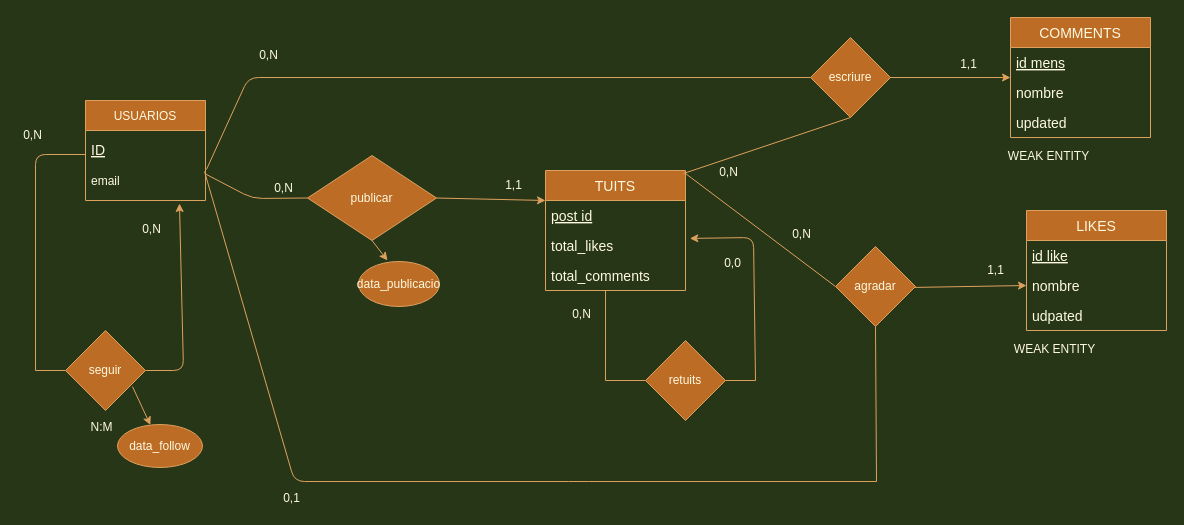
Above: Ejercicio16.drawio in MarcPadrell/Team-4-ta12 (draw.io), before the change. Source tidied: cells renumbered, new cells numbered last; positions are measured from the earlier drawing's top-left corner, leaving out a move shared by most shapes. Both pictures are drawn from the tidied source at 100%, with x=0, y=0 at pixel (17, 17).
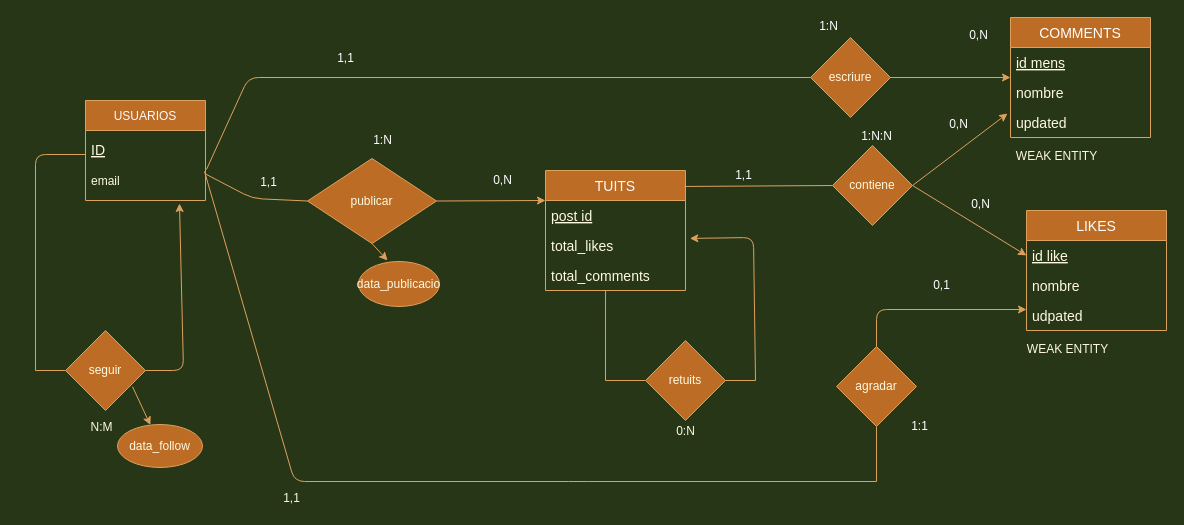
Above is the later version.

Unchanged cells that the change refers to:
```xml
<mxCell id="23" value="updated" style="text;strokeColor=none;fillColor=none;align=left;verticalAlign=middle;spacingLeft=4;spacingRight=4;overflow=hidden;points=[[0,0.5],[1,0.5]];portConstraint=eastwest;fontSize=14;fontColor=#FEFAE0;" parent="20" vertex="1">
  <mxGeometry y="90" width="140" height="30" as="geometry" />
</mxCell>
<mxCell id="25" value="id like" style="text;strokeColor=none;fillColor=none;align=left;verticalAlign=middle;spacingLeft=4;spacingRight=4;overflow=hidden;points=[[0,0.5],[1,0.5]];portConstraint=eastwest;fontSize=14;fontStyle=4;fontColor=#FEFAE0;" parent="24" vertex="1">
  <mxGeometry y="30" width="140" height="30" as="geometry" />
</mxCell>
<mxCell id="26" value="nombre" style="text;strokeColor=none;fillColor=none;align=left;verticalAlign=middle;spacingLeft=4;spacingRight=4;overflow=hidden;points=[[0,0.5],[1,0.5]];portConstraint=eastwest;fontSize=14;fontColor=#FEFAE0;" parent="24" vertex="1">
  <mxGeometry y="60" width="140" height="30" as="geometry" />
</mxCell>
<mxCell id="27" value="udpated" style="text;strokeColor=none;fillColor=none;align=left;verticalAlign=middle;spacingLeft=4;spacingRight=4;overflow=hidden;points=[[0,0.5],[1,0.5]];portConstraint=eastwest;fontSize=14;fontColor=#FEFAE0;" parent="24" vertex="1">
  <mxGeometry y="90" width="140" height="30" as="geometry" />
</mxCell>
<mxCell id="31" value="escriure" style="rhombus;whiteSpace=wrap;html=1;fillColor=#BC6C25;strokeColor=#DDA15E;fontColor=#FEFAE0;" parent="1" vertex="1">
  <mxGeometry x="793" y="20" width="80" height="80" as="geometry" />
</mxCell>
```

The edit, as a diff of the source:
```diff
@@
     <mxCell id="2" value="publicar" style="rhombus;whiteSpace=wrap;html=1;fillColor=#BC6C25;strokeColor=#DDA15E;fontColor=#FEFAE0;" parent="1" vertex="1">
-      <mxGeometry x="290" y="138" width="129" height="85" as="geometry" />
+      <mxGeometry x="290" y="141" width="129" height="85" as="geometry" />
     </mxCell>
@@
-    <mxCell id="13" value="USUARIOS" style="swimlane;fontStyle=0;horizontal=1;startSize=30;fillColor=#BC6C25;strokeColor=#DDA15E;fontColor=#FEFAE0;" parent="1" vertex="1">
+    <mxCell id="13" value="USUARIOS" style="swimlane;fontStyle=0;horizontal=1;startSize=30;fillColor=#BC6C25;strokeColor=#DDA15E;fontColor=#FEFBFB;" parent="1" vertex="1">
       <mxGeometry x="68" y="83" width="120" height="100" as="geometry" />
     </mxCell>
@@
-    <mxCell id="16" value="TUITS" style="swimlane;fontStyle=0;horizontal=1;startSize=30;fontSize=14;fillColor=#BC6C25;strokeColor=#DDA15E;fontColor=#FEFAE0;" parent="1" vertex="1">
+    <mxCell id="16" value="TUITS" style="swimlane;fontStyle=0;horizontal=1;startSize=30;fontSize=14;fillColor=#BC6C25;strokeColor=#DDA15E;fontColor=#FEFBFB;" parent="1" vertex="1">
       <mxGeometry x="528" y="153" width="140" height="120" as="geometry" />
     </mxCell>
@@
-    <mxCell id="20" value="COMMENTS" style="swimlane;fontStyle=0;horizontal=1;startSize=30;fontSize=14;fillColor=#BC6C25;strokeColor=#DDA15E;fontColor=#FEFAE0;" parent="1" vertex="1">
+    <mxCell id="20" value="COMMENTS" style="swimlane;fontStyle=0;horizontal=1;startSize=30;fontSize=14;fillColor=#BC6C25;strokeColor=#DDA15E;fontColor=#FFFFFF;" parent="1" vertex="1">
       <mxGeometry x="993" width="140" height="120" as="geometry" />
     </mxCell>
@@
-    <mxCell id="24" value="LIKES" style="swimlane;fontStyle=0;horizontal=1;startSize=30;fontSize=14;fillColor=#BC6C25;strokeColor=#DDA15E;fontColor=#FEFAE0;" parent="1" vertex="1">
+    <mxCell id="24" value="LIKES" style="swimlane;fontStyle=0;horizontal=1;startSize=30;fontSize=14;fillColor=#BC6C25;strokeColor=#DDA15E;fontColor=#FFFFFF;" parent="1" vertex="1">
       <mxGeometry x="1009" y="193" width="140" height="120" as="geometry" />
     </mxCell>
@@
-    <mxCell id="29" style="endArrow=none;html=1;labelBackgroundColor=#283618;strokeColor=#DDA15E;fontColor=#FEFAE0;entryX=0.5;entryY=1;entryDx=0;entryDy=0;" parent="1" edge="1" target="31">
-      <mxGeometry relative="1" as="geometry">
-        <mxPoint x="666" y="156" as="sourcePoint" />
-      </mxGeometry>
-    </mxCell>
@@
-    <mxCell id="33" style="endArrow=classic;html=1;entryX=0;entryY=0.5;entryDx=0;entryDy=0;labelBackgroundColor=#283618;strokeColor=#DDA15E;fontColor=#FEFAE0;" parent="1" edge="1" target="26">
+    <mxCell id="33" style="endArrow=classic;html=1;entryX=0;entryY=0.3;entryDx=0;entryDy=0;labelBackgroundColor=#283618;strokeColor=#DDA15E;fontColor=#FEFAE0;exitX=0.5;exitY=0;exitDx=0;exitDy=0;entryPerimeter=0;" parent="1" edge="1" source="35" target="27">
       <mxGeometry relative="1" as="geometry">
-        <mxPoint x="892" y="270" as="sourcePoint" />
+        <Array as="points">
+          <mxPoint x="859" y="292" />
+        </Array>
       </mxGeometry>
     </mxCell>
-    <mxCell id="34" style="endArrow=none;html=1;labelBackgroundColor=#283618;strokeColor=#DDA15E;fontColor=#FEFAE0;entryX=0;entryY=0.5;entryDx=0;entryDy=0;" parent="1" edge="1" target="35">
-      <mxGeometry relative="1" as="geometry">
-        <mxPoint x="668" y="156" as="sourcePoint" />
-      </mxGeometry>
-    </mxCell>
     <mxCell id="35" value="agradar" style="rhombus;whiteSpace=wrap;html=1;fillColor=#BC6C25;strokeColor=#DDA15E;fontColor=#FEFAE0;" parent="1" vertex="1">
-      <mxGeometry x="818" y="229" width="80" height="80" as="geometry" />
+      <mxGeometry x="819" y="329" width="80" height="80" as="geometry" />
     </mxCell>
@@
     <mxCell id="38" value="WEAK ENTITY" style="text;html=1;align=center;verticalAlign=middle;strokeColor=none;fillColor=none;fontColor=#FEFAE0;" parent="1" vertex="1">
-      <mxGeometry x="985" y="130" width="91" height="18" as="geometry" />
+      <mxGeometry x="993" y="130" width="91" height="18" as="geometry" />
     </mxCell>
     <mxCell id="39" value="WEAK ENTITY" style="text;html=1;align=center;verticalAlign=middle;strokeColor=none;fillColor=none;fontColor=#FEFAE0;" parent="1" vertex="1">
-      <mxGeometry x="991" y="323" width="91" height="18" as="geometry" />
+      <mxGeometry x="1004" y="323" width="91" height="18" as="geometry" />
     </mxCell>
-    <mxCell id="40" value="0,N" style="text;html=1;align=center;verticalAlign=middle;strokeColor=none;fillColor=none;fontColor=#FEFAE0;" parent="1" vertex="1">
-      <mxGeometry x="251" y="162" width="29" height="18" as="geometry" />
-    </mxCell>
-    <mxCell id="41" value="1,1" style="text;html=1;align=center;verticalAlign=middle;strokeColor=none;fillColor=none;fontColor=#FEFAE0;" parent="1" vertex="1">
-      <mxGeometry x="482" y="159" width="27" height="18" as="geometry" />
-    </mxCell>
@@
-    <mxCell id="43" value="0,N" style="text;html=1;align=center;verticalAlign=middle;strokeColor=none;fillColor=none;fontColor=#FEFAE0;" parent="1" vertex="1">
-      <mxGeometry y="109" width="29" height="18" as="geometry" />
-    </mxCell>
-    <mxCell id="44" value="0,N" style="text;html=1;align=center;verticalAlign=middle;strokeColor=none;fillColor=none;fontColor=#FEFAE0;" parent="1" vertex="1">
-      <mxGeometry x="119" y="203" width="29" height="18" as="geometry" />
-    </mxCell>
-    <mxCell id="45" value="0,N" style="text;html=1;align=center;verticalAlign=middle;strokeColor=none;fillColor=none;fontColor=#FEFAE0;" parent="1" vertex="1">
-      <mxGeometry x="236" y="29" width="29" height="18" as="geometry" />
-    </mxCell>
-    <mxCell id="46" value="1,1" style="text;html=1;align=center;verticalAlign=middle;strokeColor=none;fillColor=none;fontColor=#FEFAE0;" parent="1" vertex="1">
-      <mxGeometry x="937" y="38" width="27" height="18" as="geometry" />
-    </mxCell>
-    <mxCell id="47" value="0,N" style="text;html=1;align=center;verticalAlign=middle;strokeColor=none;fillColor=none;fontColor=#FEFAE0;" parent="1" vertex="1">
-      <mxGeometry x="549" y="288" width="29" height="18" as="geometry" />
+    <mxCell id="47" value="0:N" style="text;html=1;align=center;verticalAlign=middle;strokeColor=none;fillColor=none;fontColor=#FEFAE0;" parent="1" vertex="1">
+      <mxGeometry x="653.5" y="405" width="29" height="18" as="geometry" />
     </mxCell>
-    <mxCell id="48" value="0,0" style="text;html=1;align=center;verticalAlign=middle;strokeColor=none;fillColor=none;fontColor=#FEFAE0;" parent="1" vertex="1">
-      <mxGeometry x="701" y="237" width="27" height="18" as="geometry" />
-    </mxCell>
-    <mxCell id="49" value="0,N" style="text;html=1;align=center;verticalAlign=middle;strokeColor=none;fillColor=none;fontColor=#FEFAE0;" parent="1" vertex="1">
-      <mxGeometry x="696" y="146" width="29" height="18" as="geometry" />
-    </mxCell>
-    <mxCell id="50" value="0,N" style="text;html=1;align=center;verticalAlign=middle;strokeColor=none;fillColor=none;fontColor=#FEFAE0;" parent="1" vertex="1">
-      <mxGeometry x="769" y="208" width="29" height="18" as="geometry" />
-    </mxCell>
-    <mxCell id="51" value="1,1" style="text;html=1;align=center;verticalAlign=middle;strokeColor=none;fillColor=none;fontColor=#FEFAE0;" parent="1" vertex="1">
-      <mxGeometry x="964" y="244" width="27" height="18" as="geometry" />
-    </mxCell>
-    <mxCell id="52" value="0,1" style="text;html=1;align=center;verticalAlign=middle;strokeColor=none;fillColor=none;fontColor=#FEFAE0;" parent="1" vertex="1">
+    <mxCell id="52" value="1,1" style="text;html=1;align=center;verticalAlign=middle;strokeColor=none;fillColor=none;fontColor=#FEFAE0;" parent="1" vertex="1">
       <mxGeometry x="260" y="472" width="27" height="18" as="geometry" />
     </mxCell>
@@
+    <mxCell id="57" value="contiene" style="rhombus;whiteSpace=wrap;html=1;fillColor=#BC6C25;strokeColor=#DDA15E;fontColor=#FEFAE0;" parent="1" vertex="1">
+      <mxGeometry x="815" y="128" width="80" height="80" as="geometry" />
+    </mxCell>
+    <mxCell id="58" style="endArrow=classic;html=1;exitX=1;exitY=0.5;exitDx=0;exitDy=0;labelBackgroundColor=#283618;strokeColor=#DDA15E;fontColor=#FEFAE0;entryX=-0.021;entryY=0.2;entryDx=0;entryDy=0;entryPerimeter=0;" parent="1" edge="1" source="57" target="23">
+      <mxGeometry relative="1" as="geometry" />
+    </mxCell>
+    <mxCell id="59" style="endArrow=classic;html=1;exitX=1;exitY=0.5;exitDx=0;exitDy=0;labelBackgroundColor=#283618;strokeColor=#DDA15E;fontColor=#FEFAE0;entryX=0;entryY=0.5;entryDx=0;entryDy=0;" parent="1" edge="1" source="57" target="25">
+      <mxGeometry relative="1" as="geometry" />
+    </mxCell>
+    <mxCell id="60" style="endArrow=none;html=1;exitX=0.993;exitY=0.133;exitDx=0;exitDy=0;entryX=0;entryY=0.5;entryDx=0;entryDy=0;labelBackgroundColor=#283618;strokeColor=#DDA15E;fontColor=#FEFAE0;exitPerimeter=0;" parent="1" edge="1" source="16" target="57">
+      <mxGeometry relative="1" as="geometry" />
+    </mxCell>
+    <mxCell id="61" value="1:N" style="text;html=1;align=center;verticalAlign=middle;strokeColor=none;fillColor=none;fontColor=#FFFFFF;" parent="1" vertex="1">
+      <mxGeometry x="350" y="114" width="29" height="18" as="geometry" />
+    </mxCell>
+    <mxCell id="62" value="1:N:N" style="text;html=1;align=center;verticalAlign=middle;strokeColor=none;fillColor=none;fontColor=#FFFFFF;" parent="1" vertex="1">
+      <mxGeometry x="838.5" y="110" width="41" height="18" as="geometry" />
+    </mxCell>
+    <mxCell id="63" value="1,1" style="text;html=1;align=center;verticalAlign=middle;strokeColor=none;fillColor=none;fontColor=#FFFFFF;" parent="1" vertex="1">
+      <mxGeometry x="314" y="32" width="27" height="18" as="geometry" />
+    </mxCell>
+    <mxCell id="64" value="0,N" style="text;html=1;align=center;verticalAlign=middle;strokeColor=none;fillColor=none;fontColor=#FFFFFF;" parent="1" vertex="1">
+      <mxGeometry x="946" y="9" width="29" height="18" as="geometry" />
+    </mxCell>
+    <mxCell id="65" value="1:N" style="text;html=1;align=center;verticalAlign=middle;strokeColor=none;fillColor=none;fontColor=#FFFFFF;" parent="1" vertex="1">
+      <mxGeometry x="796" width="29" height="18" as="geometry" />
+    </mxCell>
+    <mxCell id="66" value="1:1" style="text;html=1;align=center;verticalAlign=middle;strokeColor=none;fillColor=none;fontColor=#FFFFFF;" parent="1" vertex="1">
+      <mxGeometry x="888" y="400" width="27" height="18" as="geometry" />
+    </mxCell>
+    <mxCell id="67" value="0,N" style="text;html=1;align=center;verticalAlign=middle;strokeColor=none;fillColor=none;fontColor=#FFFFFF;" parent="1" vertex="1">
+      <mxGeometry x="470" y="154" width="29" height="18" as="geometry" />
+    </mxCell>
+    <mxCell id="68" value="1,1" style="text;html=1;align=center;verticalAlign=middle;strokeColor=none;fillColor=none;fontColor=#FFFFFF;" parent="1" vertex="1">
+      <mxGeometry x="237" y="156" width="27" height="18" as="geometry" />
+    </mxCell>
+    <mxCell id="69" value="0,N" style="text;html=1;align=center;verticalAlign=middle;strokeColor=none;fillColor=none;fontColor=#FFFFFF;" parent="1" vertex="1">
+      <mxGeometry x="948" y="178" width="29" height="18" as="geometry" />
+    </mxCell>
+    <mxCell id="70" value="0,N" style="text;html=1;align=center;verticalAlign=middle;strokeColor=none;fillColor=none;fontColor=#FFFFFF;" parent="1" vertex="1">
+      <mxGeometry x="926" y="98" width="29" height="18" as="geometry" />
+    </mxCell>
+    <mxCell id="71" value="1,1" style="text;html=1;align=center;verticalAlign=middle;strokeColor=none;fillColor=none;fontColor=#FFFFFF;" parent="1" vertex="1">
+      <mxGeometry x="712" y="149" width="27" height="18" as="geometry" />
+    </mxCell>
+    <mxCell id="72" value="0,1" style="text;html=1;align=center;verticalAlign=middle;strokeColor=none;fillColor=none;fontColor=#FFFFFF;" parent="1" vertex="1">
+      <mxGeometry x="910" y="259" width="27" height="18" as="geometry" />
+    </mxCell>
```
